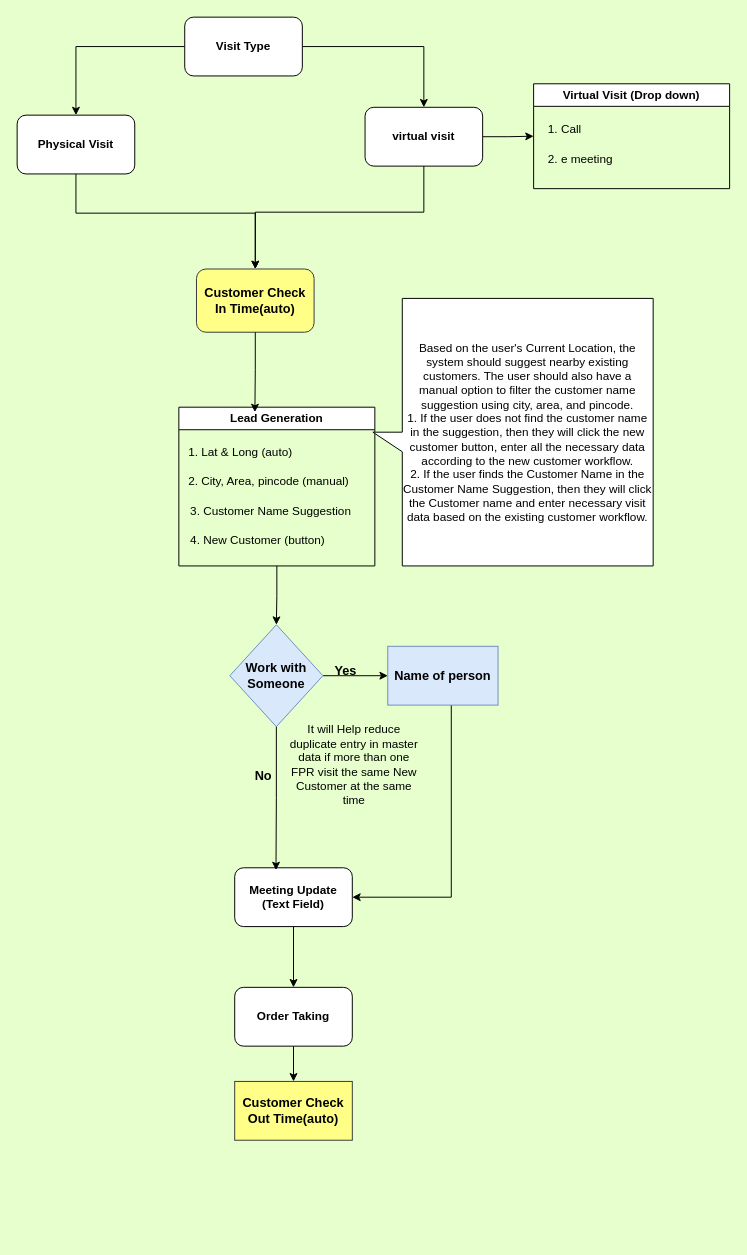
Earlier version of the draw.io diagram page "Visit Capture" (6 of 9) of customer visit workflow.drawio (SBOSE550/Customer-Visit-Data-Collection-Form). Source tidied: cells renumbered, new cells numbered last; positions are measured from the earlier drawing's top-left corner, leaving out a move shared by most shapes. Both pictures are drawn from the tidied source at 98%, with x=0, y=0 at pixel (17, 17).
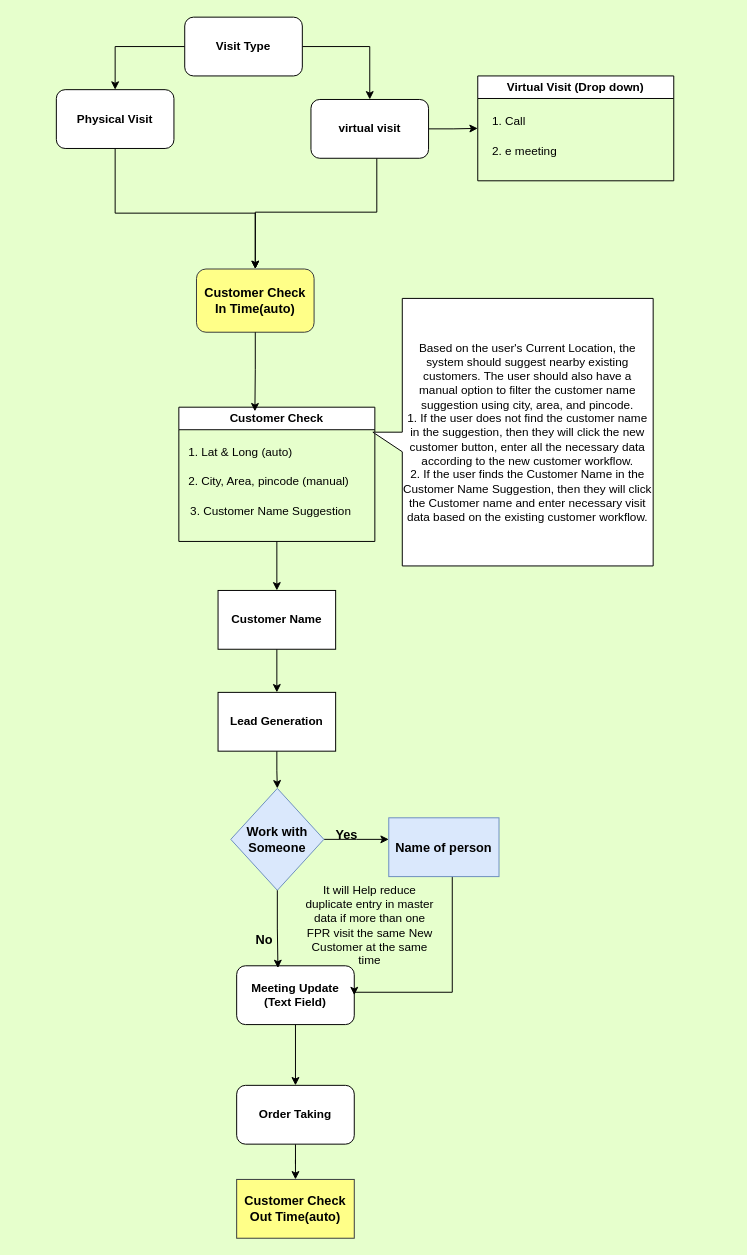
The same diagram, later.

The change refers to these unchanged cells:
```xml
<mxCell id="24" value="Customer Check In Time(auto)" style="whiteSpace=wrap;html=1;rounded=1;fontSize=13;fontStyle=1;fillColor=#ffff88;strokeColor=#36393d;" parent="1" vertex="1">
  <mxGeometry x="183" y="257" width="120" height="64.5" as="geometry" />
</mxCell>
```

Change to the diagram source:
```diff
@@
     <mxCell id="5" style="edgeStyle=orthogonalEdgeStyle;rounded=0;jettySize=auto;html=1;" parent="1" edge="1" source="6" target="24">
       <mxGeometry relative="1" as="geometry">
         <Array as="points">
-          <mxPoint x="60" y="200" />
+          <mxPoint x="100" y="200" />
           <mxPoint x="243" y="200" />
         </Array>
       </mxGeometry>
     </mxCell>
     <mxCell id="6" value="Physical Visit" style="rounded=1;whiteSpace=wrap;html=1;fontStyle=1;" parent="1" vertex="1">
-      <mxGeometry y="100" width="120" height="60" as="geometry" />
+      <mxGeometry x="40" y="74" width="120" height="60" as="geometry" />
     </mxCell>
@@
     <mxCell id="8" style="edgeStyle=orthogonalEdgeStyle;rounded=0;jettySize=auto;html=1;entryX=0.5;entryY=0;entryDx=0;entryDy=0;" parent="1" edge="1" source="9" target="24">
       <mxGeometry relative="1" as="geometry">
         <Array as="points">
-          <mxPoint x="415" y="199" />
+          <mxPoint x="367" y="199" />
           <mxPoint x="243" y="199" />
         </Array>
       </mxGeometry>
     </mxCell>
     <mxCell id="9" value="virtual visit" style="rounded=1;whiteSpace=wrap;html=1;fontStyle=1;" parent="1" vertex="1">
-      <mxGeometry x="355" y="92" width="120" height="60" as="geometry" />
+      <mxGeometry x="299.8" y="84" width="120" height="60" as="geometry" />
     </mxCell>
@@
     <mxCell id="11" value="Meeting Update (Text Field)" style="rounded=1;whiteSpace=wrap;html=1;fontStyle=1;" parent="1" vertex="1">
-      <mxGeometry x="222" y="868" width="120" height="60" as="geometry" />
+      <mxGeometry x="224" y="968" width="120" height="60" as="geometry" />
     </mxCell>
@@
     <mxCell id="13" value="Order Taking" style="rounded=1;whiteSpace=wrap;html=1;fontStyle=1;" parent="1" vertex="1">
-      <mxGeometry x="222" y="990" width="120" height="60" as="geometry" />
+      <mxGeometry x="224" y="1090" width="120" height="60" as="geometry" />
     </mxCell>
     <mxCell id="14" value="Virtual Visit (Drop down)" style="swimlane;whiteSpace=wrap;html=1;" parent="1" vertex="1">
-      <mxGeometry x="527" y="68" width="200" height="107" as="geometry" />
+      <mxGeometry x="470" y="60" width="200" height="107" as="geometry" />
     </mxCell>
@@
-    <mxCell id="17" style="edgeStyle=orthogonalEdgeStyle;rounded=0;jettySize=auto;html=1;entryX=0.5;entryY=0;entryDx=0;entryDy=0;" parent="1" edge="1" source="18" target="27">
-      <mxGeometry relative="1" as="geometry" />
-    </mxCell>
+    <mxCell id="35" style="edgeStyle=orthogonalEdgeStyle;rounded=0;jettySize=auto;html=1;" parent="1" edge="1" source="18" target="37">
+      <mxGeometry relative="1" as="geometry" />
+    </mxCell>
-    <mxCell id="18" value="Lead Generation" style="swimlane;whiteSpace=wrap;html=1;" parent="1" vertex="1">
-      <mxGeometry x="165" y="398" width="200" height="162" as="geometry" />
+    <mxCell id="18" value="Customer Check" style="swimlane;whiteSpace=wrap;html=1;" parent="1" vertex="1">
+      <mxGeometry x="165" y="398" width="200" height="137" as="geometry" />
     </mxCell>
@@
-    <mxCell id="22" value="4. New Customer (button)" style="text;strokeColor=none;fillColor=none;align=left;verticalAlign=middle;spacingLeft=4;spacingRight=4;overflow=hidden;whiteSpace=wrap;html=1;" parent="18" vertex="1">
-      <mxGeometry x="6" y="121" width="182" height="30" as="geometry" />
-    </mxCell>
@@
-    <mxCell id="26" style="edgeStyle=orthogonalEdgeStyle;rounded=0;jettySize=auto;html=1;" parent="1" edge="1" source="27" target="29">
-      <mxGeometry relative="1" as="geometry" />
+    <mxCell id="26" style="edgeStyle=orthogonalEdgeStyle;rounded=0;jettySize=auto;html=1;" parent="1" edge="1" source="27">
+      <mxGeometry relative="1" as="geometry">
+        <mxPoint x="379.2" y="839" as="targetPoint" />
+      </mxGeometry>
     </mxCell>
     <mxCell id="27" value="Work with Someone" style="rhombus;whiteSpace=wrap;html=1;fontSize=13;fillColor=#dae8fc;strokeColor=#6c8ebf;fontStyle=1;" parent="1" vertex="1">
-      <mxGeometry x="217" y="620" width="95" height="104" as="geometry" />
+      <mxGeometry x="218" y="787" width="95" height="104" as="geometry" />
     </mxCell>
-    <mxCell id="28" style="edgeStyle=orthogonalEdgeStyle;rounded=0;jettySize=auto;html=1;entryX=1;entryY=0.5;entryDx=0;entryDy=0;" parent="1" edge="1" source="29" target="11">
+    <mxCell id="28" style="edgeStyle=orthogonalEdgeStyle;rounded=0;jettySize=auto;html=1;entryX=1;entryY=0.5;entryDx=0;entryDy=0;" parent="1" edge="1" target="11">
       <mxGeometry relative="1" as="geometry">
+        <mxPoint x="444" y="869" as="sourcePoint" />
         <Array as="points">
-          <mxPoint x="443" y="898" />
+          <mxPoint x="444" y="995" />
+          <mxPoint x="344" y="995" />
         </Array>
       </mxGeometry>
     </mxCell>
     <mxCell id="29" value="Name of person" style="whiteSpace=wrap;html=1;fontSize=13;fillColor=#dae8fc;strokeColor=#6c8ebf;fontStyle=1;" parent="1" vertex="1">
-      <mxGeometry x="378.2" y="642" width="112.5" height="60" as="geometry" />
+      <mxGeometry x="379.2" y="817" width="112.5" height="60" as="geometry" />
     </mxCell>
     <mxCell id="30" value="&lt;b&gt;&lt;font style=&quot;font-size: 13px;&quot;&gt;Yes&lt;/font&gt;&lt;/b&gt;" style="text;html=1;align=center;verticalAlign=middle;strokeColor=none;fillColor=none;" parent="1" vertex="1">
-      <mxGeometry x="314.8" y="653" width="40" height="28" as="geometry" />
+      <mxGeometry x="315.8" y="820" width="40" height="28" as="geometry" />
     </mxCell>
     <mxCell id="31" value="&lt;b&gt;&lt;font style=&quot;font-size: 13px;&quot;&gt;No&lt;/font&gt;&lt;/b&gt;" style="text;html=1;align=center;verticalAlign=middle;strokeColor=none;fillColor=none;" parent="1" vertex="1">
-      <mxGeometry x="233.5" y="760" width="35" height="28" as="geometry" />
+      <mxGeometry x="234.5" y="927" width="35" height="28" as="geometry" />
     </mxCell>
     <mxCell id="32" value="It will Help reduce duplicate entry in master data if more than one FPR visit the same New Customer at the same time" style="text;html=1;align=center;verticalAlign=middle;whiteSpace=wrap;rounded=0;" parent="1" vertex="1">
-      <mxGeometry x="274.5" y="724" width="138.2" height="77" as="geometry" />
+      <mxGeometry x="291" y="888" width="138.2" height="77" as="geometry" />
     </mxCell>
     <mxCell id="33" value="Customer Check Out Time(auto)" style="whiteSpace=wrap;html=1;fontSize=13;fontStyle=1;fillColor=#ffff88;strokeColor=#36393d;" parent="1" vertex="1">
-      <mxGeometry x="222" y="1086" width="120" height="60" as="geometry" />
+      <mxGeometry x="224" y="1186" width="120" height="60" as="geometry" />
     </mxCell>
@@
+    <mxCell id="36" style="edgeStyle=orthogonalEdgeStyle;rounded=0;jettySize=auto;html=1;" parent="1" edge="1" source="37" target="39">
+      <mxGeometry relative="1" as="geometry" />
+    </mxCell>
+    <mxCell id="37" value="Customer Name" style="whiteSpace=wrap;html=1;fontStyle=1;startSize=23;" parent="1" vertex="1">
+      <mxGeometry x="205" y="585" width="120" height="60" as="geometry" />
+    </mxCell>
+    <mxCell id="38" style="edgeStyle=orthogonalEdgeStyle;rounded=0;jettySize=auto;html=1;" parent="1" edge="1" source="39" target="27">
+      <mxGeometry relative="1" as="geometry" />
+    </mxCell>
+    <mxCell id="39" value="Lead Generation" style="whiteSpace=wrap;html=1;fontStyle=1;startSize=23;" parent="1" vertex="1">
+      <mxGeometry x="205" y="689" width="120" height="60" as="geometry" />
+    </mxCell>
```
